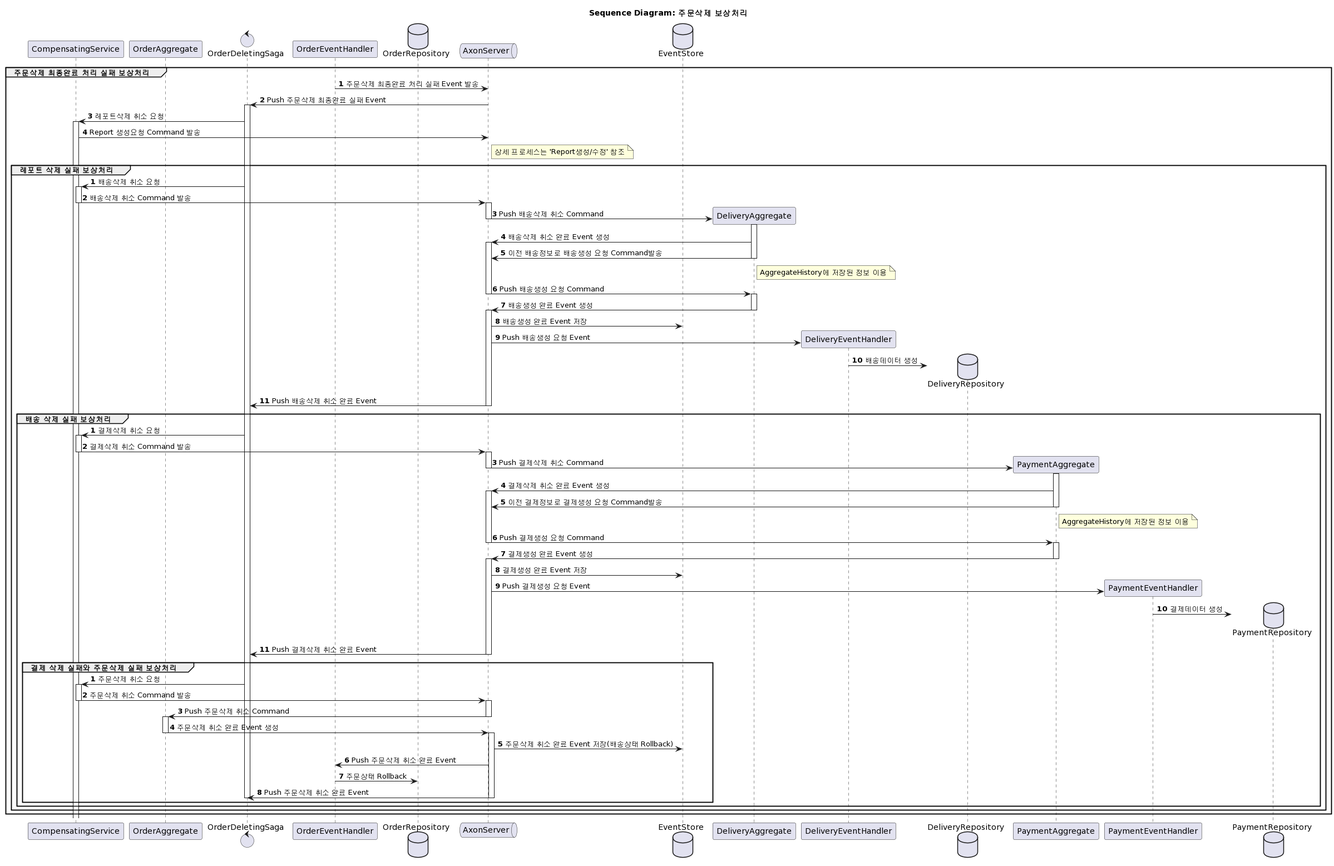
The PlantUML diagram doc/uml/sequence/seq_delete_fail.png in happykubepia/agilemall-axon, before a commit.
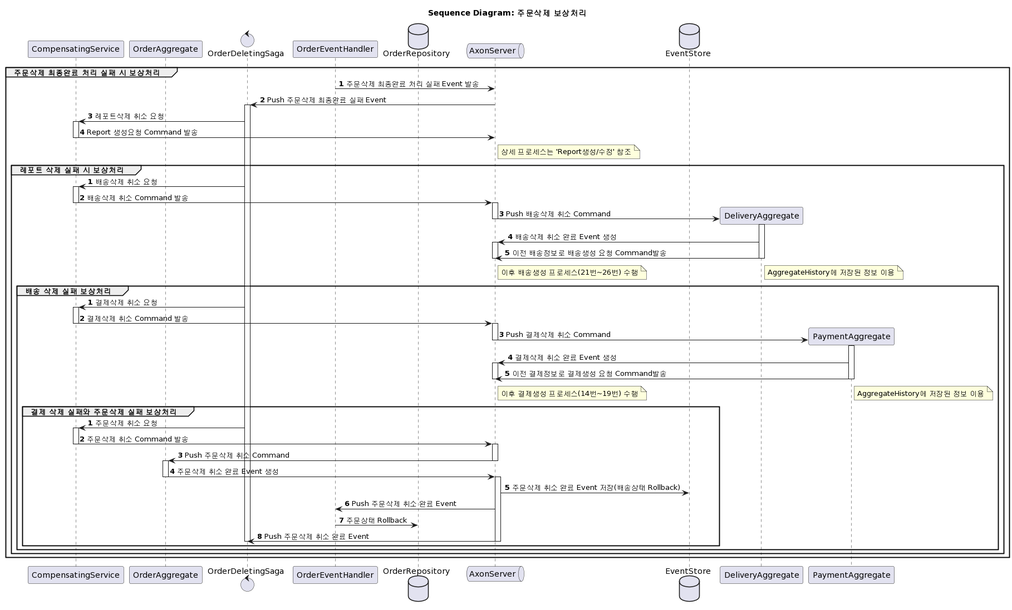
Above is the later version.

Commit message:
change delete  sequence diagram

What changed in the source:
```diff
@@ -13,17 +13,18 @@
 
 autonumber
 
-group 주문삭제 최종완료 처리 실패 보상처리
+group 주문삭제 최종완료 처리 실패 시 보상처리
 OrderEventHandler -> AxonServer: 주문삭제 최종완료 처리 실패 Event 발송
 AxonServer -> OrderDeletingSaga --++: Push 주문삭제 최종완료 실패 Event
 
 OrderDeletingSaga -> CompensatingService ++: 레포트삭제 취소 요청
 CompensatingService -> AxonServer: Report 생성요청 Command 발송
 note right of AxonServer: 상세 프로세스는 'Report생성/수정' 참조
+CompensatingService --
 
 autonumber stop
 autonumber
-group 레포트 삭제 실패 보상처리
+group 레포트 삭제 실패 시 보상처리
 OrderDeletingSaga -> CompensatingService ++: 배송삭제 취소 요청
 CompensatingService -> AxonServer --++: 배송삭제 취소 Command 발송
 
@@ -32,34 +33,20 @@
 DeliveryAggregate -> AxonServer ++: 배송삭제 취소 완료 Event 생성
 DeliveryAggregate -> AxonServer --: 이전 배송정보로 배송생성 요청 Command발송
 note right of DeliveryAggregate: AggregateHistory에 저장된 정보 이용
-AxonServer -> DeliveryAggregate --++: Push 배송생성 요청 Command
-DeliveryAggregate -> AxonServer --++: 배송생성 완료 Event 생성
-AxonServer -> EventStore: 배송생성 완료 Event 저장
-create participant DeliveryEventHandler
-AxonServer -> DeliveryEventHandler: Push 배송생성 요청 Event
-create database DeliveryRepository
-DeliveryEventHandler -> DeliveryRepository: 배송데이터 생성
-AxonServer -> OrderDeletingSaga --: Push 배송삭제 취소 완료 Event
-
+/ note right of AxonServer: 이후 배송생성 프로세스(21번~26번) 수행
+AxonServer --
 autonumber stop
 autonumber
 group 배송 삭제 실패 보상처리
 OrderDeletingSaga -> CompensatingService ++: 결제삭제 취소 요청
 CompensatingService -> AxonServer --++: 결제삭제 취소 Command 발송
-
 create participant PaymentAggregate
 AxonServer -> PaymentAggregate --++: Push 결제삭제 취소 Command
 PaymentAggregate -> AxonServer ++: 결제삭제 취소 완료 Event 생성
 PaymentAggregate -> AxonServer --: 이전 결제정보로 결제생성 요청 Command발송
 note right of PaymentAggregate: AggregateHistory에 저장된 정보 이용
-AxonServer -> PaymentAggregate --++: Push 결제생성 요청 Command
-PaymentAggregate -> AxonServer --++: 결제생성 완료 Event 생성
-AxonServer -> EventStore: 결제생성 완료 Event 저장
-create participant PaymentEventHandler
-AxonServer -> PaymentEventHandler: Push 결제생성 요청 Event
-create database PaymentRepository
-PaymentEventHandler -> PaymentRepository: 결제데이터 생성
-AxonServer -> OrderDeletingSaga --: Push 결제삭제 취소 완료 Event
+/ note right of AxonServer: 이후 결제생성 프로세스(14번~19번) 수행
+AxonServer --
 
 autonumber stop
 autonumber
```
